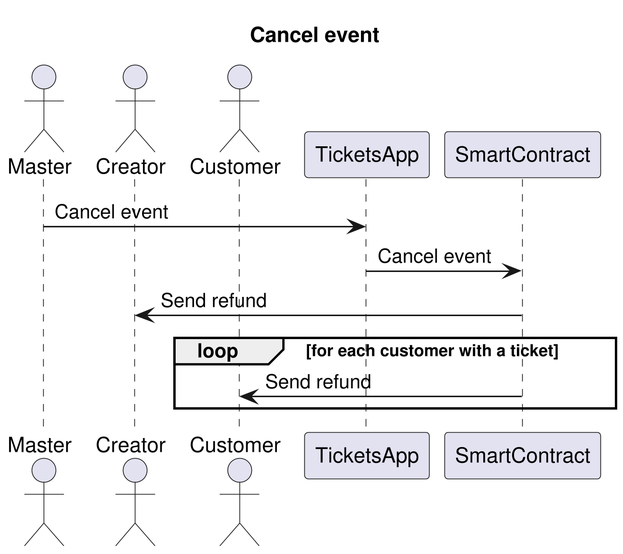
Above: img/cancel-event.png in ai-shift/cyber-valley-tickets (PlantUML), before the change. The source it was exported from:
```plantuml
@startuml
skinparam Dpi 300
title Cancel event

actor Master
actor Creator
actor Customer
participant TicketsApp
participant SmartContract

Master -> TicketsApp: Cancel event
TicketsApp -> SmartContract: Cancel event
SmartContract -> Creator: Send refund
loop for each customer with a ticket
  SmartContract -> Customer: Send refund
end
@enduml
```
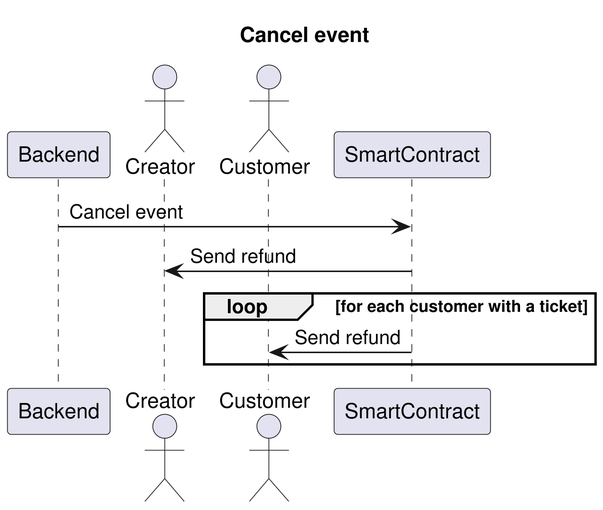
Later version of the same file.

Change to the diagram source:
```diff
@@ -2,14 +2,12 @@
 skinparam Dpi 300
 title Cancel event
 
-actor Master
+participant Backend
 actor Creator
 actor Customer
-participant TicketsApp
 participant SmartContract
 
-Master -> TicketsApp: Cancel event
-TicketsApp -> SmartContract: Cancel event
+Backend -> SmartContract: Cancel event
 SmartContract -> Creator: Send refund
 loop for each customer with a ticket
   SmartContract -> Customer: Send refund
```
